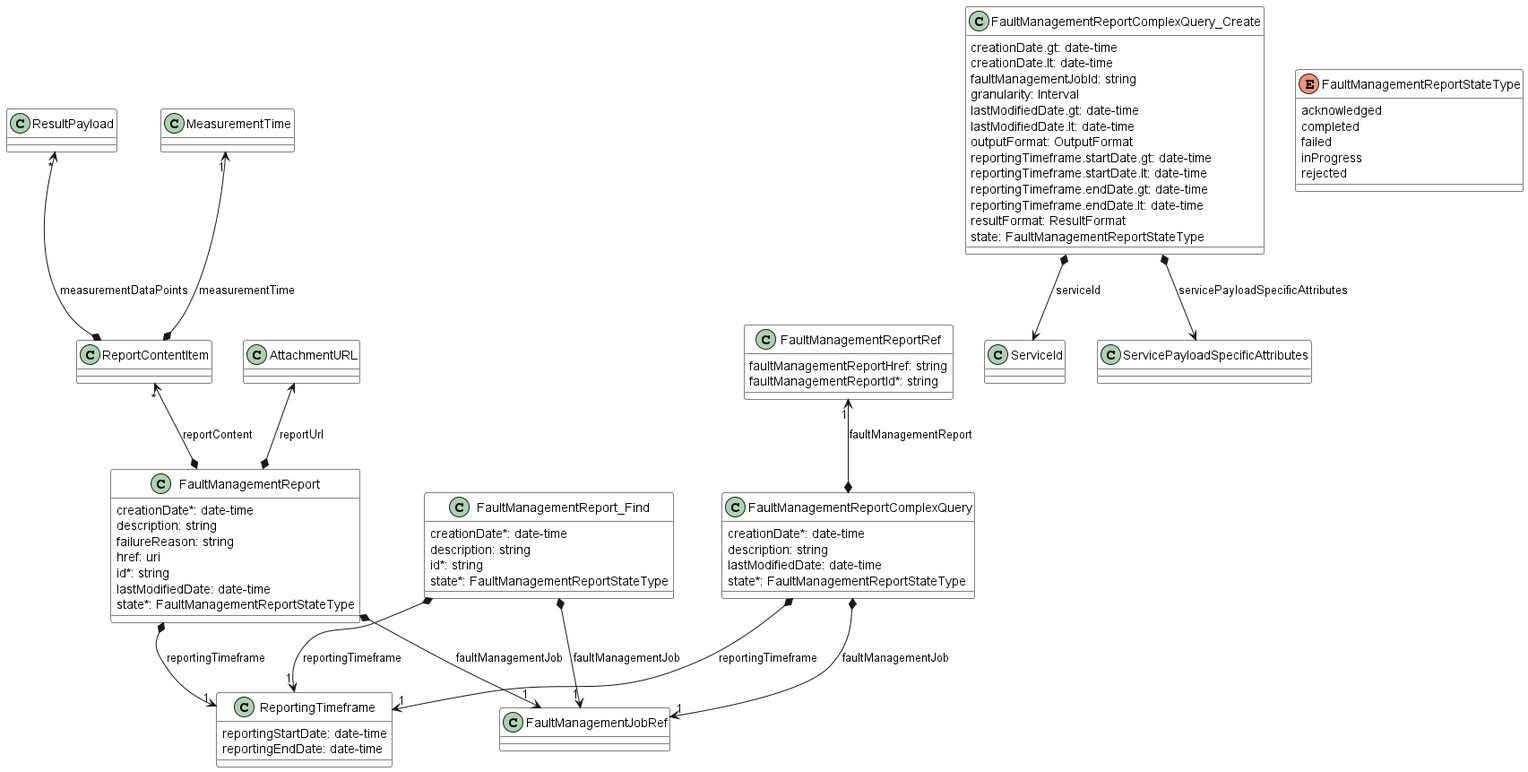
Above: documentation/serviceApi/fm/media/faultManagementDataModelPart2.png in MEF-GIT/MEF-LSO-Legato-SDK (PlantUML), before the change. Source of this version:
```plantuml
@startuml faultManagementDataModelPart2
skinparam {
    ClassBackgroundColor White
    ClassBorderColor Black
}

class FaultManagementReport {

    creationDate*: date-time
    description: string
    failureReason: string
    href: uri
    id*: string
    lastModifiedDate: date-time
    state*: FaultManagementReportStateType
}

FaultManagementReport *-->"1" FaultManagementJobRef : faultManagementJob
FaultManagementReport *-u->"*" ReportContentItem : reportContent
FaultManagementReport *-->"1" ReportingTimeframe : reportingTimeframe
FaultManagementReport *-u-> AttachmentURL : reportUrl

class FaultManagementReportComplexQuery {

    creationDate*: date-time
    description: string
    lastModifiedDate: date-time
    state*: FaultManagementReportStateType
}

FaultManagementReportComplexQuery *-->"1" FaultManagementJobRef : faultManagementJob
FaultManagementReportComplexQuery *-u->"1" FaultManagementReportRef : faultManagementReport
FaultManagementReportComplexQuery *-->"1" ReportingTimeframe : reportingTimeframe

class FaultManagementReportComplexQuery_Create {

    creationDate.gt: date-time
    creationDate.lt: date-time
    faultManagementJobId: string
    granularity: Interval
    lastModifiedDate.gt: date-time
    lastModifiedDate.lt: date-time
    outputFormat: OutputFormat
    reportingTimeframe.startDate.gt: date-time
    reportingTimeframe.startDate.lt: date-time
    reportingTimeframe.endDate.gt: date-time
    reportingTimeframe.endDate.lt: date-time
    resultFormat: ResultFormat
    state: FaultManagementReportStateType
}

FaultManagementReportComplexQuery_Create *--> ServiceId : serviceId
FaultManagementReportComplexQuery_Create *--> ServicePayloadSpecificAttributes : servicePayloadSpecificAttributes

class FaultManagementReportRef {

    faultManagementReportHref: string
    faultManagementReportId*: string
}

enum FaultManagementReportStateType {

    acknowledged
    completed
    failed
    inProgress
    rejected
}
class FaultManagementReport_Find {

    creationDate*: date-time
    description: string
    id*: string
    state*: FaultManagementReportStateType
}

FaultManagementReport_Find *-->"1" FaultManagementJobRef : faultManagementJob
FaultManagementReport_Find *-->"1" ReportingTimeframe : reportingTimeframe

class ReportContentItem {

}

ReportContentItem *-u->"1" MeasurementTime : measurementTime
ReportContentItem *-u->"*" ResultPayload : measurementDataPoints

class ReportingTimeframe {

    reportingStartDate: date-time
    reportingEndDate: date-time
}

@enduml
```
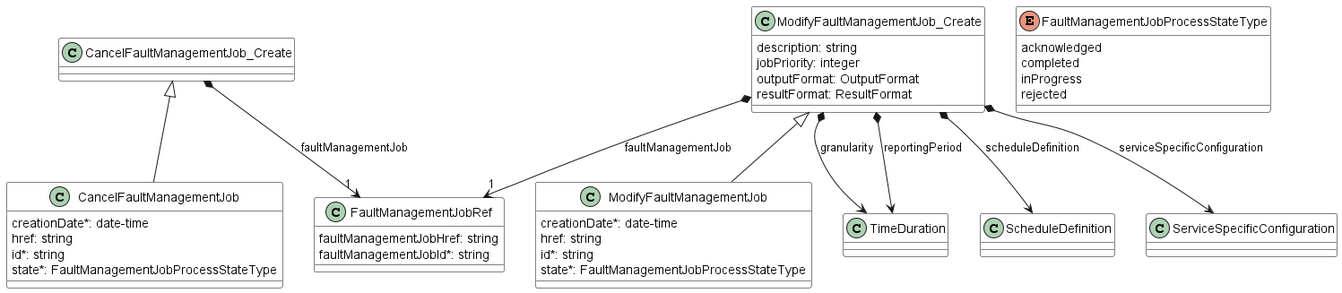
After the change.

What changed in the source:
```diff
@@ -4,90 +4,60 @@
     ClassBorderColor Black
 }
 
-class FaultManagementReport {
+class CancelFaultManagementJob {
 
     creationDate*: date-time
-    description: string
-    failureReason: string
-    href: uri
+    href: string
     id*: string
-    lastModifiedDate: date-time
-    state*: FaultManagementReportStateType
+    state*: FaultManagementJobProcessStateType
+}
+CancelFaultManagementJob_Create <|-- CancelFaultManagementJob
+
+
+
+class CancelFaultManagementJob_Create {
+
 }
 
-FaultManagementReport *-->"1" FaultManagementJobRef : faultManagementJob
-FaultManagementReport *-u->"*" ReportContentItem : reportContent
-FaultManagementReport *-->"1" ReportingTimeframe : reportingTimeframe
-FaultManagementReport *-u-> AttachmentURL : reportUrl
+CancelFaultManagementJob_Create *-->"1" FaultManagementJobRef : faultManagementJob
 
-class FaultManagementReportComplexQuery {
+class ModifyFaultManagementJob {
 
     creationDate*: date-time
+    href: string
+    id*: string
+    state*: FaultManagementJobProcessStateType
+}
+ModifyFaultManagementJob_Create <|-- ModifyFaultManagementJob
+
+
+
+class ModifyFaultManagementJob_Create {
+
     description: string
-    lastModifiedDate: date-time
-    state*: FaultManagementReportStateType
+    jobPriority: integer
+    outputFormat: OutputFormat
+    resultFormat: ResultFormat
 }
 
-FaultManagementReportComplexQuery *-->"1" FaultManagementJobRef : faultManagementJob
-FaultManagementReportComplexQuery *-u->"1" FaultManagementReportRef : faultManagementReport
-FaultManagementReportComplexQuery *-->"1" ReportingTimeframe : reportingTimeframe
+ModifyFaultManagementJob_Create *-->"1" FaultManagementJobRef : faultManagementJob
+ModifyFaultManagementJob_Create *--> TimeDuration : granularity
+ModifyFaultManagementJob_Create *--> TimeDuration : reportingPeriod
+ModifyFaultManagementJob_Create *--> ScheduleDefinition : scheduleDefinition
+ModifyFaultManagementJob_Create *--> ServiceSpecificConfiguration : serviceSpecificConfiguration
 
-class FaultManagementReportComplexQuery_Create {
+class FaultManagementJobRef {
 
-    creationDate.gt: date-time
-    creationDate.lt: date-time
-    faultManagementJobId: string
-    granularity: Interval
-    lastModifiedDate.gt: date-time
-    lastModifiedDate.lt: date-time
-    outputFormat: OutputFormat
-    reportingTimeframe.startDate.gt: date-time
-    reportingTimeframe.startDate.lt: date-time
-    reportingTimeframe.endDate.gt: date-time
-    reportingTimeframe.endDate.lt: date-time
-    resultFormat: ResultFormat
-    state: FaultManagementReportStateType
+    faultManagementJobHref: string
+    faultManagementJobId*: string
 }
 
-FaultManagementReportComplexQuery_Create *--> ServiceId : serviceId
-FaultManagementReportComplexQuery_Create *--> ServicePayloadSpecificAttributes : servicePayloadSpecificAttributes
-
-class FaultManagementReportRef {
-
-    faultManagementReportHref: string
-    faultManagementReportId*: string
-}
-
-enum FaultManagementReportStateType {
+enum FaultManagementJobProcessStateType {
 
     acknowledged
     completed
-    failed
     inProgress
     rejected
 }
-class FaultManagementReport_Find {
-
-    creationDate*: date-time
-    description: string
-    id*: string
-    state*: FaultManagementReportStateType
-}
-
-FaultManagementReport_Find *-->"1" FaultManagementJobRef : faultManagementJob
-FaultManagementReport_Find *-->"1" ReportingTimeframe : reportingTimeframe
-
-class ReportContentItem {
-
-}
-
-ReportContentItem *-u->"1" MeasurementTime : measurementTime
-ReportContentItem *-u->"*" ResultPayload : measurementDataPoints
-
-class ReportingTimeframe {
-
-    reportingStartDate: date-time
-    reportingEndDate: date-time
-}
 
 @enduml
```
